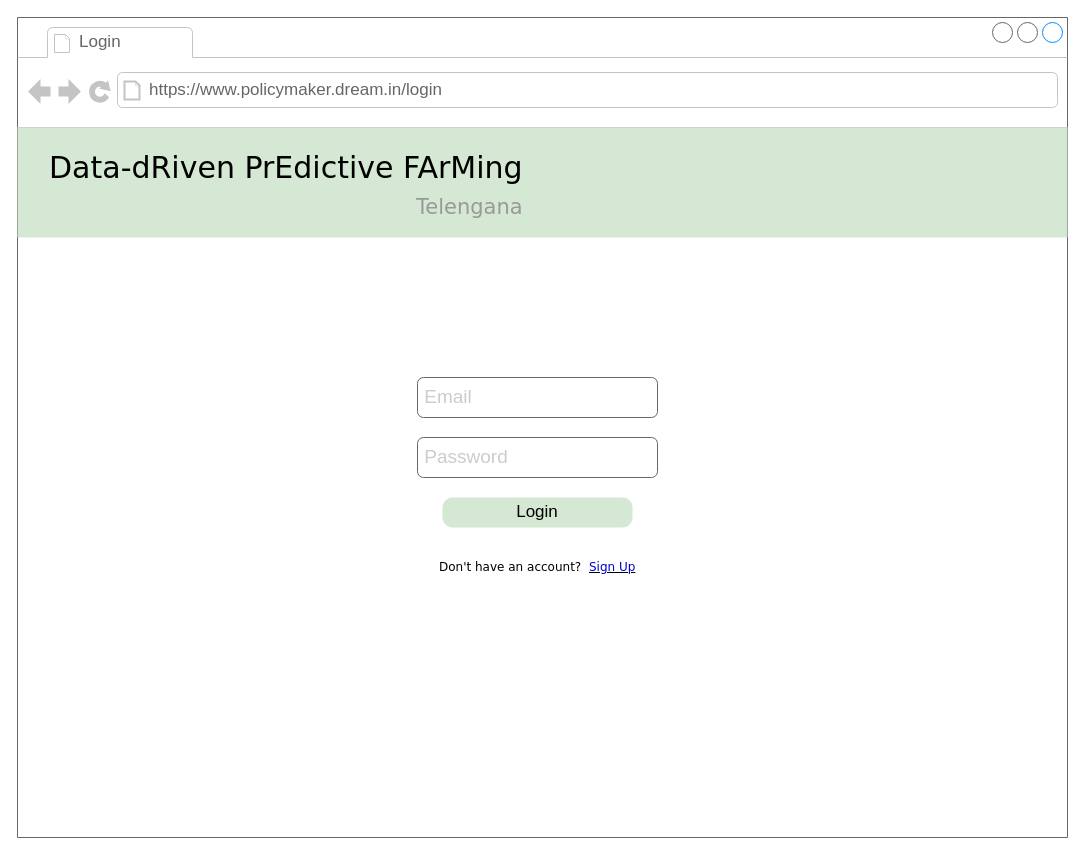
The draw.io diagram page "pm-login" (5 of 26) of RASD/diagrams/User Interface.drawio in ictar/DREAM-SE2-Project-2022, before the edit. Source tidied: cells renumbered, new cells numbered last; positions are measured from the earlier drawing's top-left corner, leaving out a move shared by most shapes. Both pictures are drawn from the tidied source at 100%, with x=0, y=0 at pixel (17, 17). Pictures stored in the file or linked from it are replaced by grey dashed boxes.
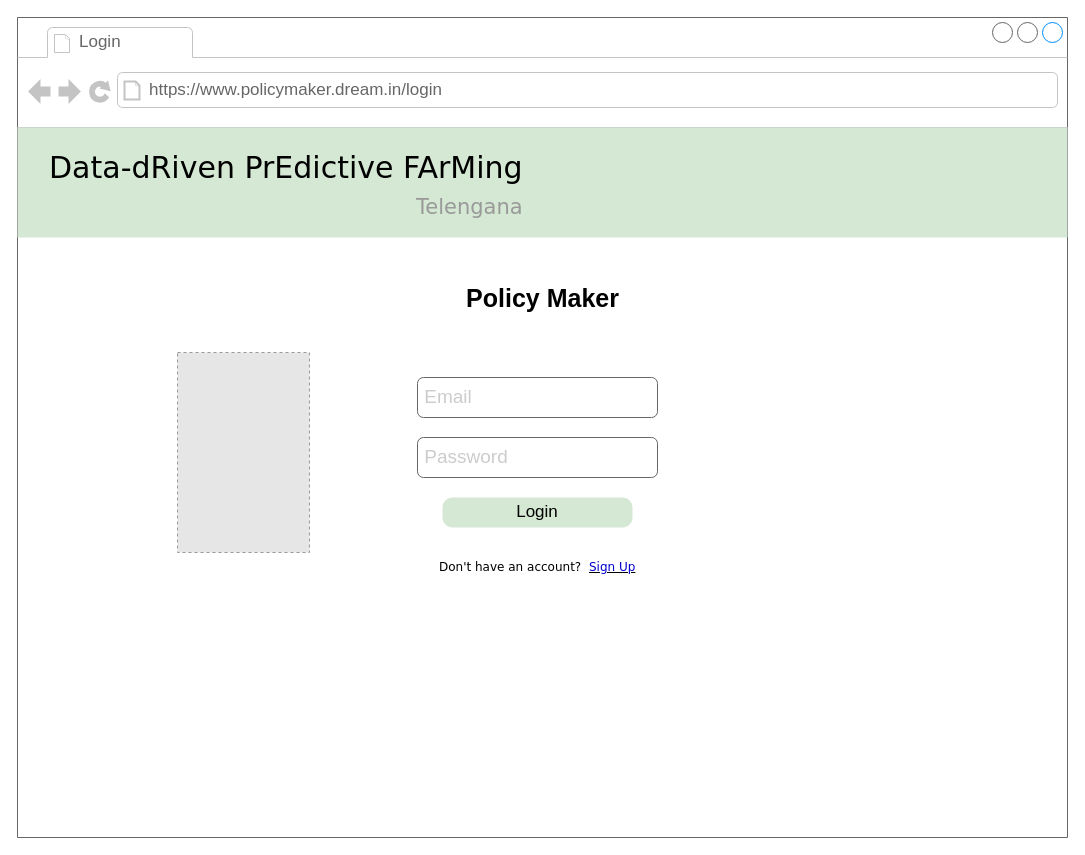
After the change.

Diff of the diagram source:
```diff
@@
 <mxGraphModel background="#ffffff">
   <root>
     <mxCell id="0" />
     <mxCell id="1" parent="0" />
     <mxCell id="2" style="strokeWidth=1;shadow=0;dashed=0;align=center;html=1;shape=mxgraph.mockup.containers.browserWindow;rSize=0;strokeColor=#666666;mainText=,;rounded=0;labelBackgroundColor=none;fontFamily=Verdana;fontSize=12;" parent="1" vertex="1">
       <mxGeometry width="1050" height="820" as="geometry" />
     </mxCell>
     <mxCell id="3" value="Login" style="strokeWidth=1;shadow=0;dashed=0;align=center;html=1;shape=mxgraph.mockup.containers.anchor;fontSize=17;fontColor=#666666;align=left;" parent="2" vertex="1">
       <mxGeometry x="60" y="12" width="110" height="26" as="geometry" />
     </mxCell>
     <mxCell id="4" value="https://www.policymaker.dream.in/login" style="strokeWidth=1;shadow=0;dashed=0;align=center;html=1;shape=mxgraph.mockup.containers.anchor;rSize=0;fontSize=17;fontColor=#666666;align=left;" parent="2" vertex="1">
       <mxGeometry x="130" y="60" width="250" height="26" as="geometry" />
     </mxCell>
     <mxCell id="5" value="Login" style="strokeWidth=1;shadow=0;dashed=0;align=center;html=1;shape=mxgraph.mockup.buttons.button;strokeColor=none;mainText=;buttonStyle=round;fontSize=17;fontStyle=0;fillColor=#d5e8d4;whiteSpace=wrap;rounded=0;labelBackgroundColor=none;" parent="2" vertex="1">
       <mxGeometry x="425" y="480" width="190" height="30" as="geometry" />
     </mxCell>
     <mxCell id="6" value="&lt;font style=&quot;font-size: 19px&quot; color=&quot;#cccccc&quot;&gt;&amp;nbsp;Email&lt;/font&gt;" style="rounded=1;whiteSpace=wrap;html=1;fillColor=none;fontColor=#333333;strokeColor=#666666;align=left;" parent="2" vertex="1">
       <mxGeometry x="400" y="360" width="240" height="40" as="geometry" />
     </mxCell>
     <mxCell id="7" value="&lt;font style=&quot;font-size: 19px&quot; color=&quot;#cccccc&quot;&gt;&amp;nbsp;Password&lt;/font&gt;" style="rounded=1;whiteSpace=wrap;html=1;fillColor=none;fontColor=#333333;strokeColor=#666666;align=left;" parent="2" vertex="1">
       <mxGeometry x="400" y="420" width="240" height="40" as="geometry" />
     </mxCell>
     <mxCell id="8" value="Don't have an account?" style="text;html=1;align=left;verticalAlign=top;spacingTop=-4;fontSize=12;fontFamily=Verdana;whiteSpace=wrap;" parent="2" vertex="1">
       <mxGeometry x="420" y="540" width="160" height="20" as="geometry" />
     </mxCell>
     <mxCell id="9" value="&lt;u&gt;&lt;font color=&quot;#0000cc&quot;&gt;Sign Up&lt;/font&gt;&lt;/u&gt;" style="text;html=1;align=left;verticalAlign=top;spacingTop=-4;fontSize=12;fontFamily=Verdana;whiteSpace=wrap;" parent="2" vertex="1">
       <mxGeometry x="570" y="540" width="160" height="20" as="geometry" />
     </mxCell>
     <mxCell id="10" style="group;" parent="2" vertex="1">
       <mxGeometry y="110" width="1050" height="110" as="geometry" />
     </mxCell>
     <mxCell id="11" style="rounded=0;whiteSpace=wrap;html=1;fontSize=21;fillColor=#d5e8d4;strokeColor=none;" parent="10" vertex="1">
       <mxGeometry width="1050" height="110" as="geometry" />
     </mxCell>
     <mxCell id="12" value="Data-dRiven PrEdictive FArMing&lt;br&gt;&lt;div style=&quot;text-align: right&quot;&gt;&lt;font style=&quot;font-size: 21px&quot; color=&quot;#999999&quot;&gt;Telengana&lt;/font&gt;&lt;/div&gt;" style="text;html=1;align=left;verticalAlign=top;spacingTop=-4;fontSize=30;fontFamily=Verdana;" parent="10" vertex="1">
       <mxGeometry x="30" y="20" width="480" height="70" as="geometry" />
     </mxCell>
+    <mxCell id="13" value="&lt;b&gt;&lt;font color=&quot;#000000&quot; style=&quot;font-size: 25px&quot;&gt;Policy Maker&lt;/font&gt;&lt;/b&gt;" style="text;html=1;align=center;verticalAlign=middle;strokeColor=none;fillColor=none;fontColor=#B3B3B3;" parent="1" vertex="1">
+      <mxGeometry x="440" y="270" width="170" height="20" as="geometry" />
+    </mxCell>
+    <mxCell id="14" style="fillColor=#E6E6E6;strokeColor=#999999;dashed=1;verticalLabelPosition=bottom;labelBackgroundColor=#ffffff;verticalAlign=top;" parent="1" vertex="1">
+      <mxGeometry x="160" y="335" width="132" height="200" as="geometry" />
+    </mxCell>
   </root>
 </mxGraphModel>
```
